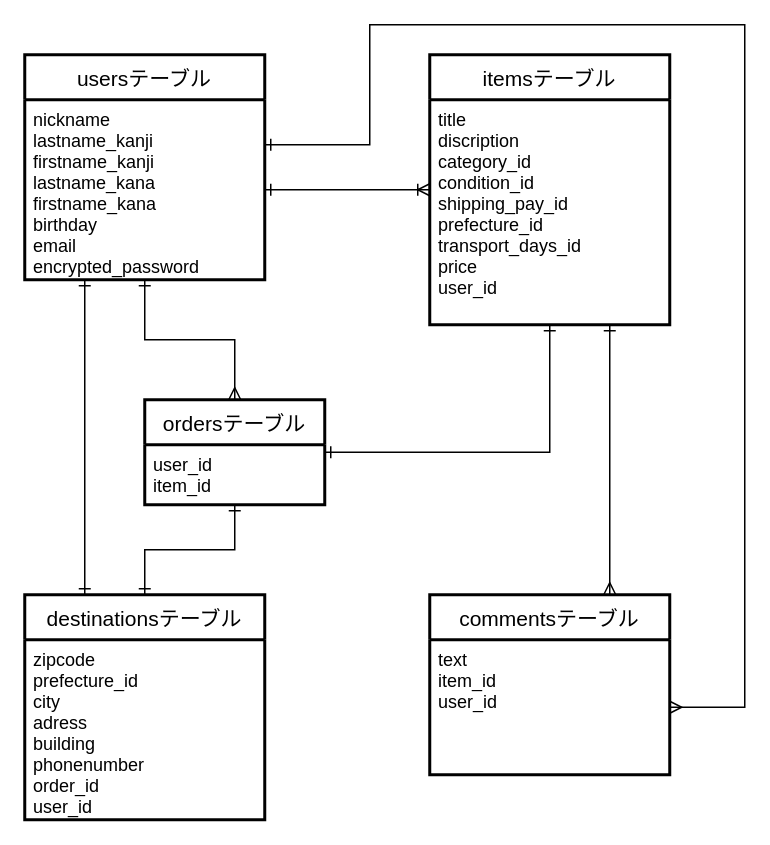
This is furima-32650.dio from FjiiNamiki/furima-32650, a draw.io file, before an edit. Source tidied: cells renumbered, new cells numbered last; positions are measured from the earlier drawing's top-left corner, leaving out a move shared by most shapes. Both pictures are drawn from the tidied source at 150%, with x=0, y=0 at pixel (24, 24).
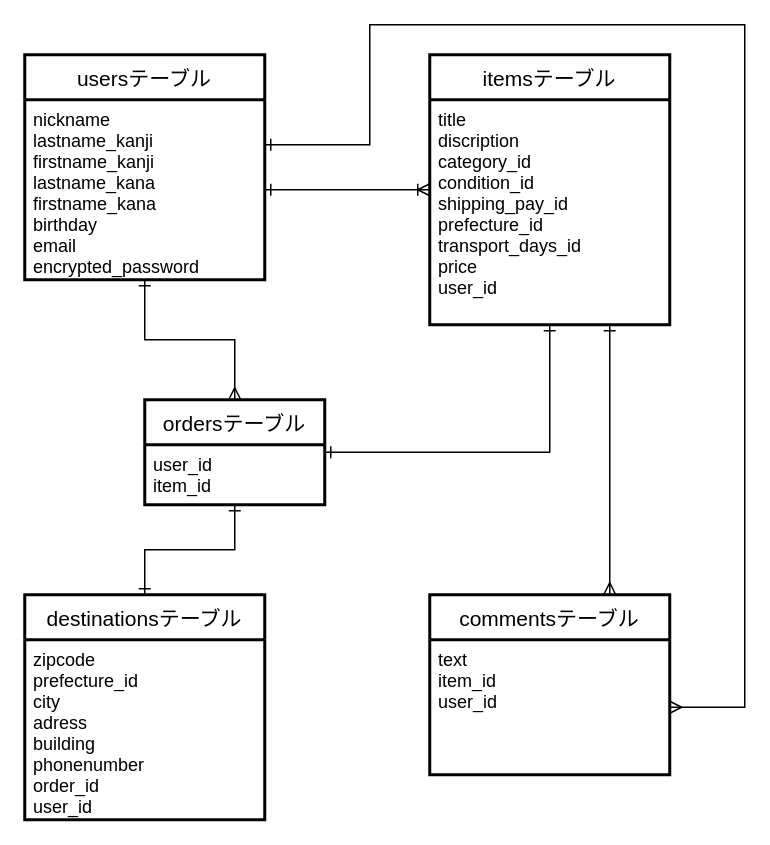
After the change.

Commit message (it also covers changes not shown here):
データベース設計修正2

emailカラムのオプションにunique: trueを追記。
ActiveHashをオプションから削除。
transport_days_idカラムのカラム名をtransport_day_idに変更。
distinationsテーブルとusersテーブルのアソシエーションを削除。

The change refers to these unchanged cells:
```xml
<mxCell id="3" value="nickname&#10;lastname_kanji&#10;firstname_kanji&#10;lastname_kana&#10;firstname_kana&#10;birthday&#10;email&#10;encrypted_password" style="align=left;strokeColor=none;fillColor=none;spacingLeft=4;fontSize=12;verticalAlign=top;" parent="2" vertex="1">
  <mxGeometry y="30" width="160" height="120" as="geometry" />
</mxCell>
<mxCell id="13" value="destinationsテーブル" style="swimlane;horizontal=1;startSize=30;rounded=0;fontSize=14;fontStyle=0;strokeWidth=2;shadow=0;dashed=0;align=center;" parent="1" vertex="1">
  <mxGeometry y="380" width="160" height="150" as="geometry" />
</mxCell>
```

Change to the diagram source:
```diff
@@
-    <mxCell id="12" style="edgeStyle=orthogonalEdgeStyle;rounded=0;jettySize=auto;html=1;exitX=0.25;exitY=0;exitDx=0;exitDy=0;entryX=0.25;entryY=1;entryDx=0;entryDy=0;startArrow=ERone;startFill=0;endArrow=ERone;endFill=0;" parent="1" edge="1" source="13" target="3">
-      <mxGeometry relative="1" as="geometry" />
-    </mxCell>
```
